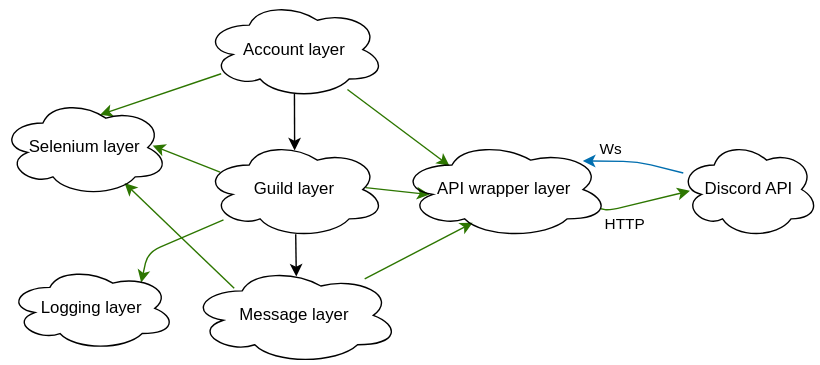
Above: docs/thesis/images/daf_abstraction.drawio.svg in davidhozic/discord-advertisement-framework (draw.io), before the change. Source tidied: cells renumbered, new cells last; positions are measured from the earlier drawing's top-left corner, leaving out a move shared by most shapes.
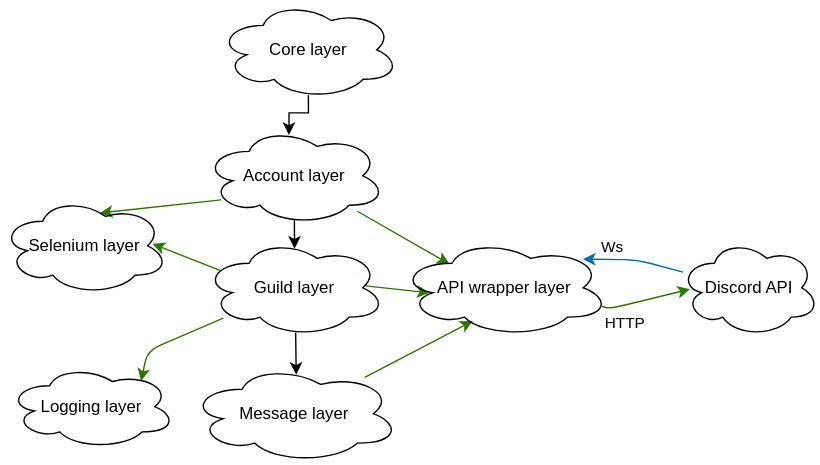
The same file after the commit.

Diff of the diagram source:
```diff
@@ -12,7 +12,7 @@
       <mxGeometry relative="1" as="geometry" />
     </mxCell>
     <mxCell id="5" value="Account layer" style="ellipse;shape=cloud;whiteSpace=wrap;html=1;fillColor=none;gradientColor=none;" parent="1" vertex="1">
-      <mxGeometry x="145" width="130" height="70" as="geometry" />
+      <mxGeometry x="145" y="20" width="130" height="70" as="geometry" />
     </mxCell>
     <mxCell id="6" style="edgeStyle=none;html=1;entryX=0.904;entryY=0.48;entryDx=0;entryDy=0;entryPerimeter=0;exitX=0.09;exitY=0.322;exitDx=0;exitDy=0;exitPerimeter=0;fillColor=#60a917;strokeColor=#2D7600;" parent="1" edge="1" source="10" target="14">
       <mxGeometry relative="1" as="geometry" />
@@ -33,9 +33,6 @@
     <mxCell id="10" value="Guild layer" style="ellipse;shape=cloud;whiteSpace=wrap;html=1;fillColor=none;gradientColor=none;" parent="1" vertex="1">
       <mxGeometry x="145" y="100" width="130" height="70" as="geometry" />
     </mxCell>
-    <mxCell id="11" style="edgeStyle=none;html=1;entryX=0.737;entryY=0.864;entryDx=0;entryDy=0;entryPerimeter=0;exitX=0.212;exitY=0.224;exitDx=0;exitDy=0;exitPerimeter=0;fillColor=#60a917;strokeColor=#2D7600;" parent="1" edge="1" source="13" target="14">
-      <mxGeometry relative="1" as="geometry" />
-    </mxCell>
     <mxCell id="12" style="edgeStyle=none;html=1;entryX=0.349;entryY=0.839;entryDx=0;entryDy=0;entryPerimeter=0;fillColor=#60a917;strokeColor=#2D7600;" parent="1" edge="1" source="13" target="17">
       <mxGeometry relative="1" as="geometry" />
     </mxCell>
@@ -78,5 +75,16 @@
     <mxCell id="21" value="Logging layer" style="ellipse;shape=cloud;whiteSpace=wrap;html=1;fillColor=none;gradientColor=none;" parent="1" vertex="1">
       <mxGeometry x="5" y="190" width="120" height="60" as="geometry" />
     </mxCell>
+    <mxCell id="22" style="edgeStyle=orthogonalEdgeStyle;rounded=0;jettySize=auto;html=1;entryX=0.469;entryY=0.083;entryDx=0;entryDy=0;entryPerimeter=0;exitX=0.499;exitY=0.963;exitDx=0;exitDy=0;exitPerimeter=0;" parent="1" edge="1" source="23" target="5">
+      <mxGeometry relative="1" as="geometry">
+        <Array as="points">
+          <mxPoint x="220" y="10" />
+          <mxPoint x="206" y="10" />
+        </Array>
+      </mxGeometry>
+    </mxCell>
+    <mxCell id="23" value="Core layer" style="ellipse;shape=cloud;whiteSpace=wrap;html=1;fillColor=none;gradientColor=none;" parent="1" vertex="1">
+      <mxGeometry x="155" y="-70" width="130" height="70" as="geometry" />
+    </mxCell>
   </root>
 </mxGraphModel>
```
